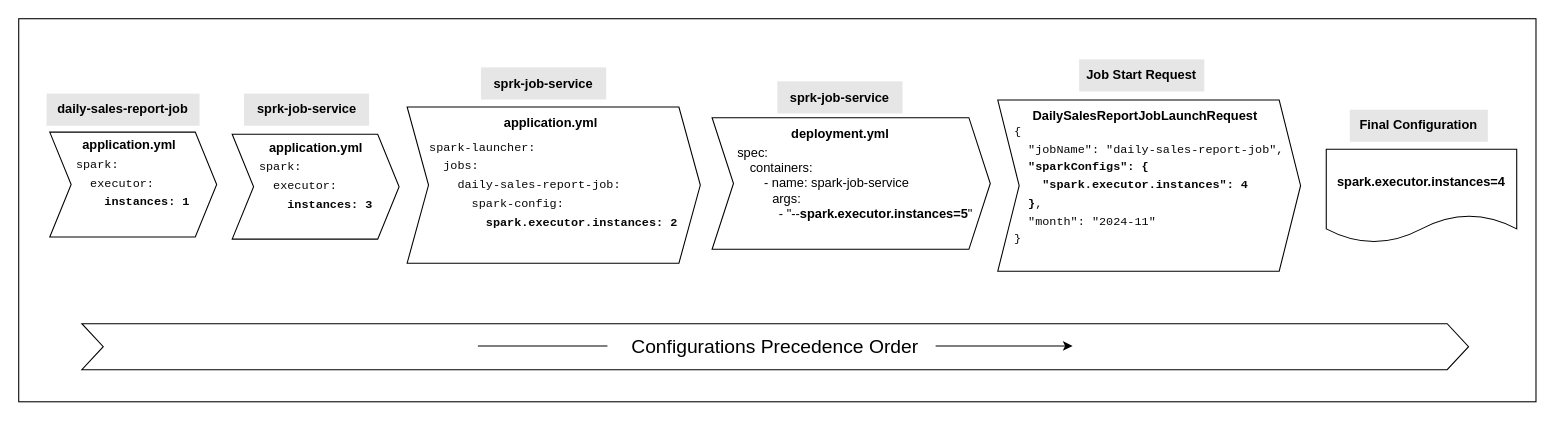
Before: img/Configurations_Precedence_Order.drawio in officiallysingh/spring-boot-spark-kubernetes, a draw.io diagram. Source tidied: cells renumbered, new cells numbered last; positions are measured from the earlier drawing's top-left corner, leaving out a move shared by most shapes. Both pictures are drawn from the tidied source at 107%, with x=0, y=0 at pixel (18, 18).
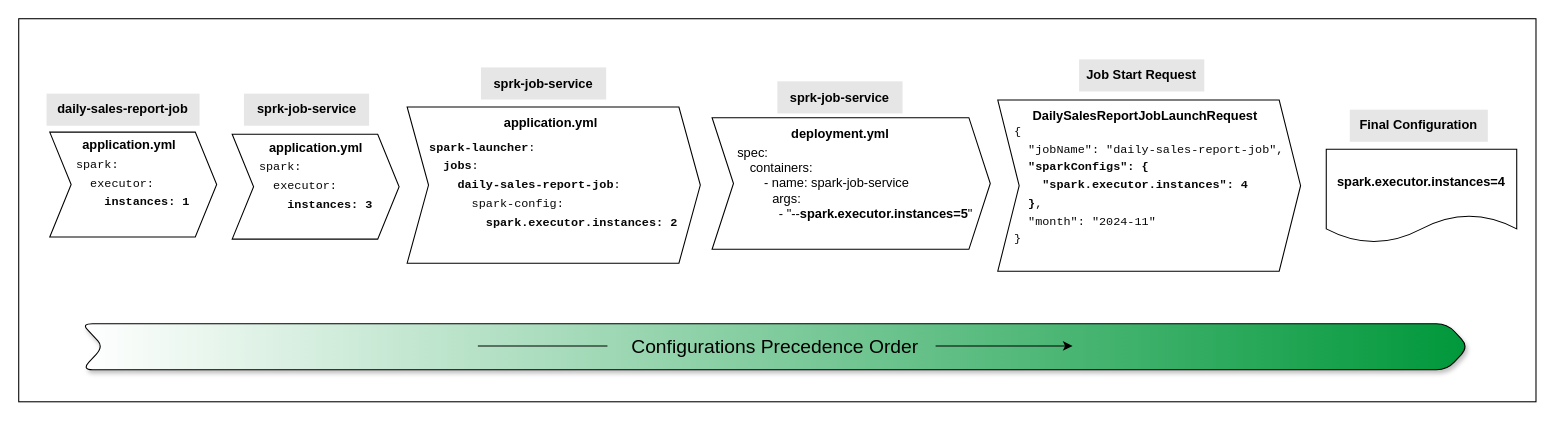
Above is the later version.

Unchanged cells that the change refers to:
```xml
<mxCell id="7" style="group;" parent="1" vertex="1">
  <mxGeometry x="363" y="45.5" width="274" height="183" as="geometry" />
</mxCell>
```

The edit, as a diff of the source:
```diff
@@
-    <mxCell id="8" value="&lt;pre style=&quot;font-variant-numeric: normal; font-variant-east-asian: normal; font-variant-alternates: normal; font-size-adjust: none; font-kerning: auto; font-optical-sizing: auto; font-feature-settings: normal; font-variation-settings: normal; font-variant-position: normal; font-stretch: normal; line-height: 1.45; box-sizing: border-box; margin-top: 16px; margin-bottom: 16px; padding: 16px; overflow: auto; border-radius: 3px; text-align: start;&quot; class=&quot;code-fence&quot;&gt;&lt;font face=&quot;JetBrains Mono, Consolas, Liberation Mono, Menlo, Courier, monospace&quot; color=&quot;#080808&quot;&gt;&lt;span style=&quot;font-size: 11.05px;&quot;&gt;spark-launcher:&lt;br&gt;  jobs:&lt;br&gt;    daily-sales-report-job:&lt;br&gt;      spark-config:&lt;br&gt;        &lt;b&gt;spark.executor.instances: 2&lt;/b&gt;&lt;/span&gt;&lt;span style=&quot;font-size: 0.85em;&quot;&gt;&lt;br&gt;&lt;/span&gt;&lt;/font&gt;&lt;/pre&gt;" style="shape=step;perimeter=stepPerimeter;whiteSpace=wrap;html=1;fixedSize=1;" parent="7" vertex="1">
+    <mxCell id="8" value="&lt;pre style=&quot;font-variant-numeric: normal; font-variant-east-asian: normal; font-variant-alternates: normal; font-size-adjust: none; font-kerning: auto; font-optical-sizing: auto; font-feature-settings: normal; font-variation-settings: normal; font-variant-position: normal; font-stretch: normal; line-height: 1.45; box-sizing: border-box; margin-top: 16px; margin-bottom: 16px; padding: 16px; overflow: auto; border-radius: 3px; text-align: start;&quot; class=&quot;code-fence&quot;&gt;&lt;font face=&quot;JetBrains Mono, Consolas, Liberation Mono, Menlo, Courier, monospace&quot; color=&quot;#080808&quot;&gt;&lt;span style=&quot;font-size: 11.05px;&quot;&gt;&lt;b&gt;spark-launcher&lt;/b&gt;:&lt;br&gt;  &lt;b&gt;jobs&lt;/b&gt;:&lt;br&gt;    &lt;b&gt;daily-sales-report-job&lt;/b&gt;:&lt;br&gt;      spark-config:&lt;br&gt;        &lt;b&gt;spark.executor.instances: 2&lt;/b&gt;&lt;/span&gt;&lt;span style=&quot;font-size: 0.85em;&quot;&gt;&lt;br&gt;&lt;/span&gt;&lt;/font&gt;&lt;/pre&gt;" style="shape=step;perimeter=stepPerimeter;whiteSpace=wrap;html=1;fixedSize=1;" parent="7" vertex="1">
       <mxGeometry y="37" width="274" height="146" as="geometry" />
     </mxCell>
@@
-    <mxCell id="26" style="group;fillColor=default;" parent="1" vertex="1">
+    <mxCell id="26" style="group;fillStyle=solid;labelBackgroundColor=none;textShadow=0;" parent="1" vertex="1">
       <mxGeometry x="59" y="285" width="1296" height="43" as="geometry" />
     </mxCell>
-    <mxCell id="27" value="&lt;font style=&quot;font-size: 18px;&quot;&gt;Configurations Precedence Order&lt;/font&gt;" style="shape=step;perimeter=stepPerimeter;whiteSpace=wrap;html=1;fixedSize=1;" parent="26" vertex="1">
+    <mxCell id="27" value="&lt;font style=&quot;font-size: 18px;&quot;&gt;Configurations Precedence Order&lt;/font&gt;" style="shape=step;perimeter=stepPerimeter;whiteSpace=wrap;html=1;fixedSize=1;fillStyle=auto;rounded=1;shadow=1;gradientColor=#01983b;gradientDirection=east;" parent="26" vertex="1">
       <mxGeometry width="1296" height="43" as="geometry" />
     </mxCell>
```
